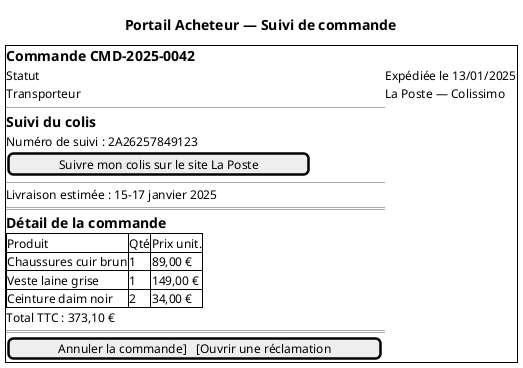
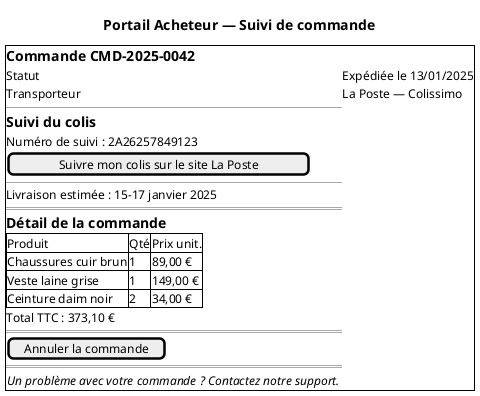
@startsalt
' Composant PA : front-acheteur (Portail Acheteur)
' Fonctions allouées : Service Expédition — FS-B08, FS-C01 (CS-05)
' IFS-05 : lien sortant vers le site de suivi du transporteur (pas d'API système)
title Portail Acheteur — Suivi de commande

{+
  == Commande CMD-2025-0042
  Statut    | Expédiée le 13/01/2025
  Transporteur | La Poste — Colissimo
  --
  == Suivi du colis
  Numéro de suivi : 2A26257849123
  [Suivre mon colis sur le site La Poste]
  --
  Livraison estimée : 15-17 janvier 2025
  ==
  == Détail de la commande
  {#
    Produit              | Qté | Prix unit.
    Chaussures cuir brun | 1   | 89,00 €
    Veste laine grise    | 1   | 149,00 €
    Ceinture daim noir   | 2   | 34,00 €
  }
  Total TTC : 373,10 €
  ==
-   [Annuler la commande]   [Ouvrir une réclamation]
+   [Annuler la commande]
+   ==
+   {
+     <i>Un problème avec votre commande ? Contactez notre support.
+   }
}
@endsalt
